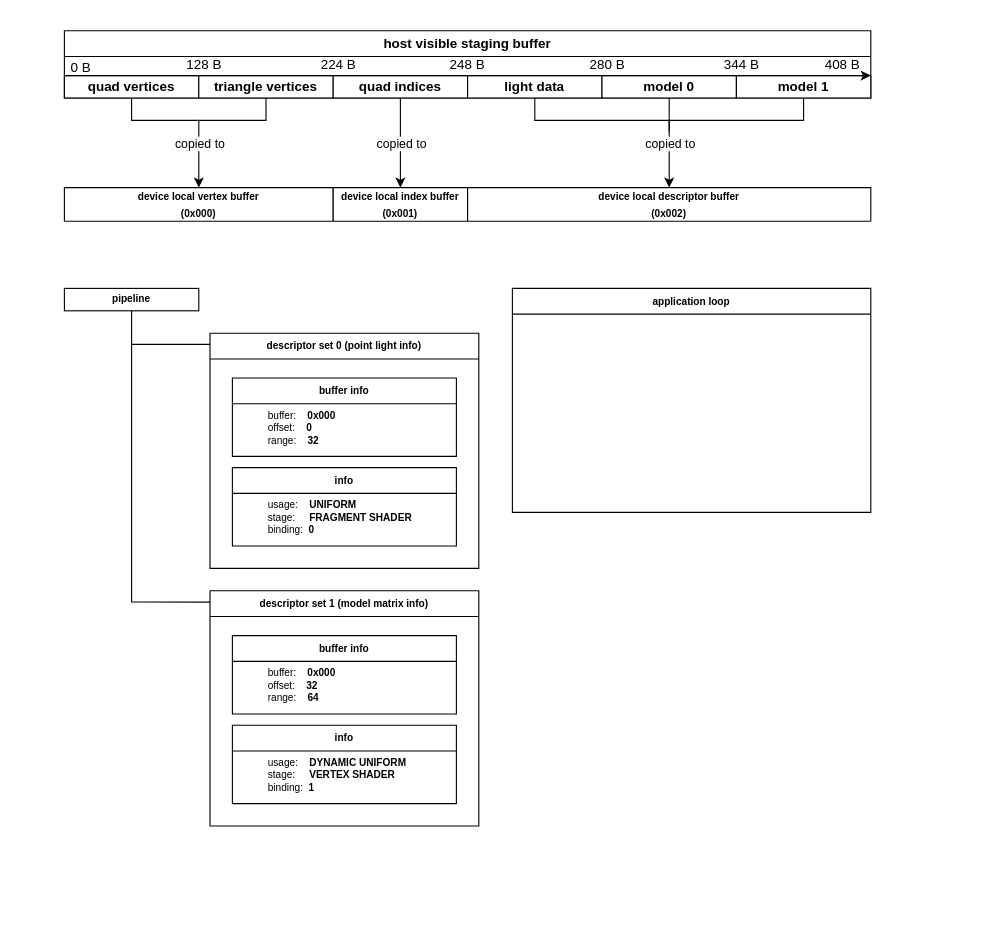
MrSinho/shvulkan keeps this draw.io diagram as examples/diagrams/shvulkan graphics.drawio. Above is the earlier version. Source tidied: cells renumbered, new cells numbered last; positions are measured from the earlier drawing's top-left corner, leaving out a move shared by most shapes. Both pictures are drawn from the tidied source at 112%, with x=0, y=0 at pixel (64, 30).
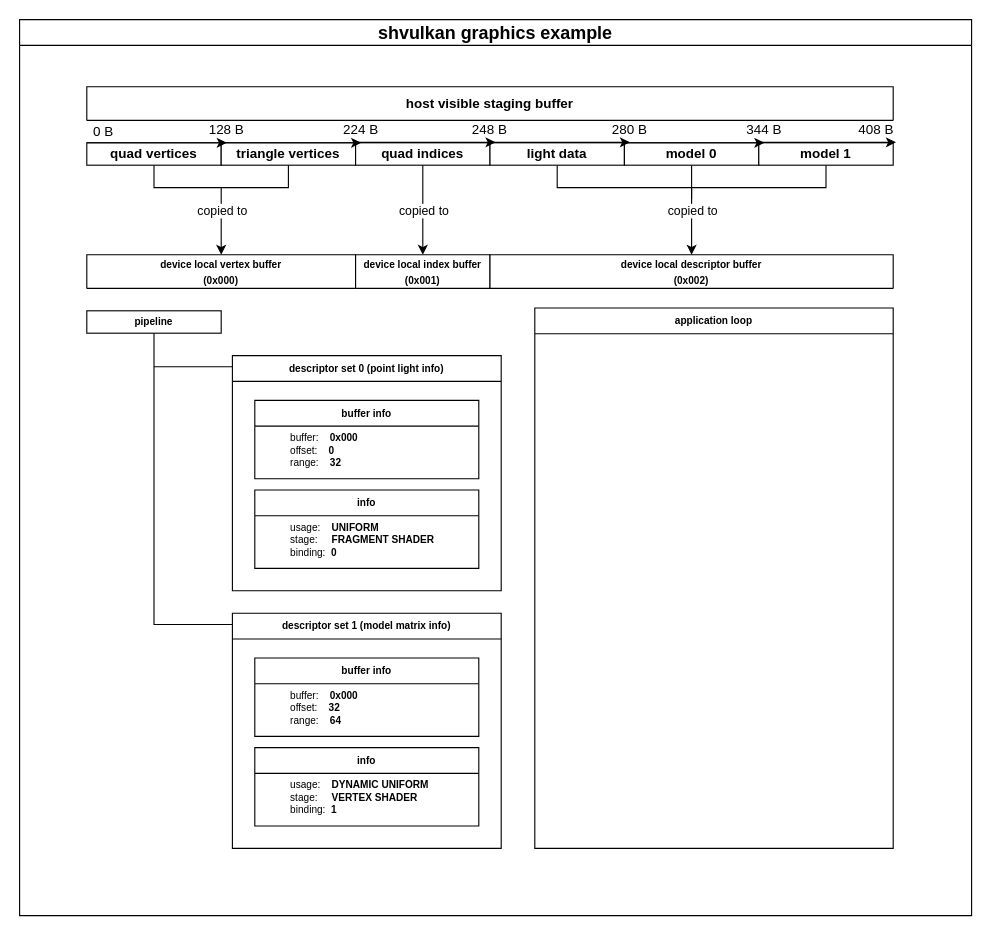
The same page after the edit.

Change to the diagram source:
```diff
@@
-    <mxCell id="2" value="host visible staging buffer" style="swimlane;whiteSpace=wrap;html=1;" parent="1" vertex="1">
-      <mxGeometry width="720" height="60" as="geometry" />
-    </mxCell>
-    <mxCell id="3" value="&lt;b&gt;quad vertices&lt;/b&gt;" style="rounded=0;whiteSpace=wrap;html=1;labelBackgroundColor=none;" parent="2" vertex="1">
-      <mxGeometry y="40" width="120" height="20" as="geometry" />
-    </mxCell>
-    <mxCell id="4" value="&lt;b&gt;triangle vertices&lt;/b&gt;" style="rounded=0;whiteSpace=wrap;html=1;labelBackgroundColor=none;" parent="2" vertex="1">
-      <mxGeometry x="120" y="40" width="120" height="20" as="geometry" />
-    </mxCell>
-    <mxCell id="5" value="&lt;b&gt;quad indices&lt;/b&gt;" style="rounded=0;whiteSpace=wrap;html=1;labelBackgroundColor=none;" parent="2" vertex="1">
-      <mxGeometry x="240" y="40" width="120" height="20" as="geometry" />
-    </mxCell>
-    <mxCell id="6" value="&lt;b&gt;light data&lt;/b&gt;" style="rounded=0;whiteSpace=wrap;html=1;labelBackgroundColor=none;" parent="2" vertex="1">
-      <mxGeometry x="360" y="40" width="120" height="20" as="geometry" />
-    </mxCell>
-    <mxCell id="7" value="&lt;b&gt;model 0&lt;/b&gt;" style="rounded=0;whiteSpace=wrap;html=1;labelBackgroundColor=none;" parent="2" vertex="1">
-      <mxGeometry x="480" y="40" width="120" height="20" as="geometry" />
-    </mxCell>
-    <mxCell id="8" value="&lt;b&gt;model 1&lt;/b&gt;" style="rounded=0;whiteSpace=wrap;html=1;labelBackgroundColor=none;" parent="2" vertex="1">
-      <mxGeometry x="600" y="40" width="120" height="20" as="geometry" />
-    </mxCell>
-    <mxCell id="9" style="endArrow=classic;html=1;rounded=0;jumpSize=6;entryX=1;entryY=0;entryDx=0;entryDy=0;exitX=0;exitY=0;exitDx=0;exitDy=0;shadow=0;" parent="2" edge="1" source="3" target="8">
-      <mxGeometry relative="1" as="geometry" />
-    </mxCell>
-    <mxCell id="10" value="0 B" style="text;html=1;strokeColor=none;fillColor=none;align=center;verticalAlign=middle;whiteSpace=wrap;rounded=0;" parent="2" vertex="1">
-      <mxGeometry y="25" width="30" height="15" as="geometry" />
-    </mxCell>
-    <mxCell id="11" value="128 B" style="text;html=1;strokeColor=none;fillColor=none;align=center;verticalAlign=middle;whiteSpace=wrap;rounded=0;" parent="2" vertex="1">
-      <mxGeometry x="100" y="22.5" width="50" height="17.5" as="geometry" />
-    </mxCell>
-    <mxCell id="12" value="224 B" style="text;html=1;strokeColor=none;fillColor=none;align=center;verticalAlign=middle;whiteSpace=wrap;rounded=0;" parent="2" vertex="1">
-      <mxGeometry x="220" y="22.5" width="50" height="17.5" as="geometry" />
-    </mxCell>
-    <mxCell id="13" value="280 B" style="text;html=1;strokeColor=none;fillColor=none;align=center;verticalAlign=middle;whiteSpace=wrap;rounded=0;" parent="2" vertex="1">
-      <mxGeometry x="460" y="22.5" width="50" height="17.5" as="geometry" />
-    </mxCell>
-    <mxCell id="14" value="344 B" style="text;html=1;strokeColor=none;fillColor=none;align=center;verticalAlign=middle;whiteSpace=wrap;rounded=0;" parent="2" vertex="1">
-      <mxGeometry x="580" y="22.5" width="50" height="17.5" as="geometry" />
-    </mxCell>
-    <mxCell id="15" value="408 B" style="text;html=1;strokeColor=none;fillColor=none;align=center;verticalAlign=middle;whiteSpace=wrap;rounded=0;" parent="2" vertex="1">
-      <mxGeometry x="670" y="22.5" width="50" height="17.5" as="geometry" />
-    </mxCell>
-    <mxCell id="16" value="248 B" style="text;html=1;strokeColor=none;fillColor=none;align=center;verticalAlign=middle;whiteSpace=wrap;rounded=0;" parent="2" vertex="1">
-      <mxGeometry x="335" y="22.5" width="50" height="17.5" as="geometry" />
-    </mxCell>
+    <mxCell id="44" value="&lt;font style=&quot;font-size: 16px;&quot;&gt;shvulkan graphics example&lt;/font&gt;" style="swimlane;whiteSpace=wrap;html=1;fontSize=12;" parent="1" vertex="1">
+      <mxGeometry x="-40" y="-10" width="850" height="800" as="geometry" />
+    </mxCell>
-    <mxCell id="17" style="endArrow=classic;html=1;rounded=0;exitX=0.5;exitY=1;exitDx=0;exitDy=0;" parent="1" edge="1" source="3">
+    <mxCell id="17" style="endArrow=classic;html=1;rounded=0;exitX=0.5;exitY=1;exitDx=0;exitDy=0;" parent="44" edge="1">
       <mxGeometry relative="1" as="geometry">
-        <mxPoint x="120" y="140" as="targetPoint" />
+        <mxPoint x="120" y="130" as="sourcePoint" />
+        <mxPoint x="180" y="210" as="targetPoint" />
         <Array as="points">
-          <mxPoint x="60" y="80" />
-          <mxPoint x="120" y="80" />
+          <mxPoint x="120" y="150" />
+          <mxPoint x="180" y="150" />
         </Array>
       </mxGeometry>
     </mxCell>
@@
-    <mxCell id="19" style="endArrow=none;html=1;rounded=0;entryX=0.5;entryY=1;entryDx=0;entryDy=0;" parent="1" edge="1" target="4">
+    <mxCell id="19" style="endArrow=none;html=1;rounded=0;entryX=0.5;entryY=1;entryDx=0;entryDy=0;" parent="44" edge="1">
       <mxGeometry relative="1" as="geometry">
-        <mxPoint x="120" y="80" as="sourcePoint" />
+        <mxPoint x="180" y="150" as="sourcePoint" />
+        <mxPoint x="240" y="130" as="targetPoint" />
         <Array as="points">
-          <mxPoint x="180" y="80" />
+          <mxPoint x="240" y="150" />
         </Array>
       </mxGeometry>
     </mxCell>
-    <mxCell id="20" value="&lt;font style=&quot;font-size: 9px;&quot;&gt;device local vertex buffer &lt;br&gt;(0x000)&lt;/font&gt;" style="swimlane;whiteSpace=wrap;html=1;startSize=30;" parent="1" vertex="1">
-      <mxGeometry y="140" width="240" height="30" as="geometry" />
+    <mxCell id="20" value="&lt;font style=&quot;font-size: 9px;&quot;&gt;device local vertex buffer &lt;br&gt;(0x000)&lt;/font&gt;" style="swimlane;whiteSpace=wrap;html=1;startSize=30;" parent="44" vertex="1">
+      <mxGeometry x="60" y="210" width="240" height="30" as="geometry" />
     </mxCell>
-    <mxCell id="21" style="endArrow=classic;html=1;rounded=0;exitX=0.5;exitY=1;exitDx=0;exitDy=0;entryX=0.5;entryY=0;entryDx=0;entryDy=0;" parent="1" edge="1" source="5" target="23">
+    <mxCell id="21" style="endArrow=classic;html=1;rounded=0;exitX=0.5;exitY=1;exitDx=0;exitDy=0;entryX=0.5;entryY=0;entryDx=0;entryDy=0;" parent="44" edge="1" target="23">
       <mxGeometry relative="1" as="geometry">
+        <mxPoint x="360" y="130" as="sourcePoint" />
         <Array as="points">
-          <mxPoint x="300" y="100" />
+          <mxPoint x="360" y="170" />
         </Array>
       </mxGeometry>
     </mxCell>
@@
-    <mxCell id="23" value="&lt;font style=&quot;font-size: 9px;&quot;&gt;device local index buffer (0x001)&lt;/font&gt;" style="swimlane;whiteSpace=wrap;html=1;startSize=30;" parent="1" vertex="1">
-      <mxGeometry x="240" y="140" width="120" height="30" as="geometry" />
+    <mxCell id="23" value="&lt;font style=&quot;font-size: 9px;&quot;&gt;device local index buffer (0x001)&lt;/font&gt;" style="swimlane;whiteSpace=wrap;html=1;startSize=30;" parent="44" vertex="1">
+      <mxGeometry x="300" y="210" width="120" height="30" as="geometry" />
     </mxCell>
-    <mxCell id="24" style="edgeStyle=none;rounded=0;jumpSize=6;jettySize=auto;html=1;shadow=0;sourcePerimeterSpacing=100;" parent="1" edge="1" source="25" target="13">
-      <mxGeometry relative="1" as="geometry" />
-    </mxCell>
-    <mxCell id="25" value="&lt;font style=&quot;font-size: 9px;&quot;&gt;device local descriptor buffer&lt;br&gt;(0x002)&lt;br&gt;&lt;/font&gt;" style="swimlane;whiteSpace=wrap;html=1;startSize=30;" parent="1" vertex="1">
-      <mxGeometry x="360" y="140" width="360" height="30" as="geometry" />
+    <mxCell id="25" value="&lt;font style=&quot;font-size: 9px;&quot;&gt;device local descriptor buffer&lt;br&gt;(0x002)&lt;br&gt;&lt;/font&gt;" style="swimlane;whiteSpace=wrap;html=1;startSize=30;" parent="44" vertex="1">
+      <mxGeometry x="420" y="210" width="360" height="30" as="geometry" />
     </mxCell>
-    <mxCell id="26" style="endArrow=classic;html=1;rounded=0;exitX=0.5;exitY=1;exitDx=0;exitDy=0;" parent="1" edge="1" source="6">
+    <mxCell id="26" style="endArrow=classic;html=1;rounded=0;exitX=0.5;exitY=1;exitDx=0;exitDy=0;" parent="44" edge="1">
       <mxGeometry relative="1" as="geometry">
-        <mxPoint x="540" y="140" as="targetPoint" />
+        <mxPoint x="480" y="130" as="sourcePoint" />
+        <mxPoint x="600" y="210" as="targetPoint" />
         <Array as="points">
-          <mxPoint x="420" y="80" />
-          <mxPoint x="540" y="80" />
+          <mxPoint x="480" y="150" />
+          <mxPoint x="600" y="150" />
         </Array>
       </mxGeometry>
     </mxCell>
@@
-    <mxCell id="28" style="endArrow=none;html=1;rounded=0;entryX=0.5;entryY=1;entryDx=0;entryDy=0;" parent="1" edge="1" target="8">
+    <mxCell id="28" style="endArrow=none;html=1;rounded=0;entryX=0.5;entryY=1;entryDx=0;entryDy=0;" parent="44" edge="1">
       <mxGeometry x="0.5" y="-370" relative="1" as="geometry">
-        <mxPoint x="540" y="80" as="sourcePoint" />
+        <mxPoint x="600" y="150" as="sourcePoint" />
+        <mxPoint x="720" y="130" as="targetPoint" />
         <Array as="points">
-          <mxPoint x="660" y="80" />
+          <mxPoint x="720" y="150" />
         </Array>
       </mxGeometry>
     </mxCell>
-    <mxCell id="29" style="endArrow=none;html=1;rounded=0;shadow=0;jumpSize=6;" parent="1" edge="1">
+    <mxCell id="29" style="endArrow=none;html=1;rounded=0;shadow=0;jumpSize=6;" parent="44" edge="1">
       <mxGeometry relative="1" as="geometry">
-        <mxPoint x="540" y="90" as="sourcePoint" />
-        <mxPoint x="540" y="60" as="targetPoint" />
+        <mxPoint x="600" y="160" as="sourcePoint" />
+        <mxPoint x="600" y="130" as="targetPoint" />
       </mxGeometry>
     </mxCell>
-    <mxCell id="30" value="&lt;b&gt;pipeline&lt;/b&gt;" style="whiteSpace=wrap;html=1;align=center;verticalAlign=middle;newEdgeStyle={&quot;edgeStyle&quot;:&quot;elbowEdgeStyle&quot;,&quot;startArrow&quot;:&quot;none&quot;,&quot;endArrow&quot;:&quot;none&quot;};fontSize=9;" parent="1" vertex="1" collapsed="1">
-      <mxGeometry y="230" width="120" height="20" as="geometry" />
+    <mxCell id="30" value="&lt;b&gt;pipeline&lt;/b&gt;" style="whiteSpace=wrap;html=1;align=center;verticalAlign=middle;newEdgeStyle={&quot;edgeStyle&quot;:&quot;elbowEdgeStyle&quot;,&quot;startArrow&quot;:&quot;none&quot;,&quot;endArrow&quot;:&quot;none&quot;};fontSize=9;" parent="44" vertex="1" collapsed="1">
+      <mxGeometry x="60" y="260" width="120" height="20" as="geometry" />
     </mxCell>
-    <mxCell id="31" style="endArrow=none;html=1;rounded=0;shadow=0;fontSize=9;sourcePerimeterSpacing=100;jumpSize=6;" parent="1" edge="1">
+    <mxCell id="31" style="endArrow=none;html=1;rounded=0;shadow=0;fontSize=9;sourcePerimeterSpacing=100;jumpSize=6;" parent="44" edge="1">
       <mxGeometry relative="1" as="geometry">
-        <mxPoint x="60" y="280" as="sourcePoint" />
-        <mxPoint x="130" y="280" as="targetPoint" />
+        <mxPoint x="120" y="310" as="sourcePoint" />
+        <mxPoint x="190" y="310" as="targetPoint" />
       </mxGeometry>
     </mxCell>
-    <mxCell id="32" value="application loop" style="swimlane;whiteSpace=wrap;html=1;fontSize=9;" parent="1" vertex="1">
-      <mxGeometry x="400" y="230" width="320" height="200" as="geometry" />
+    <mxCell id="32" value="application loop" style="swimlane;whiteSpace=wrap;html=1;fontSize=9;" parent="44" vertex="1">
+      <mxGeometry x="460" y="257.5" width="320" height="482.5" as="geometry" />
     </mxCell>
-    <mxCell id="33" value="descriptor set 0 (point light info)" style="swimlane;whiteSpace=wrap;html=1;fontSize=9;" parent="1" vertex="1">
-      <mxGeometry x="130" y="270" width="240" height="210" as="geometry" />
+    <mxCell id="33" value="descriptor set 0 (point light info)" style="swimlane;whiteSpace=wrap;html=1;fontSize=9;" parent="44" vertex="1">
+      <mxGeometry x="190" y="300" width="240" height="210" as="geometry" />
     </mxCell>
@@
-    <mxCell id="38" value="descriptor set 1 (model matrix info)" style="swimlane;whiteSpace=wrap;html=1;fontSize=9;" parent="1" vertex="1">
-      <mxGeometry x="130" y="500" width="240" height="210" as="geometry" />
+    <mxCell id="38" value="descriptor set 1 (model matrix info)" style="swimlane;whiteSpace=wrap;html=1;fontSize=9;" parent="44" vertex="1">
+      <mxGeometry x="190" y="530" width="240" height="210" as="geometry" />
     </mxCell>
@@
-    <mxCell id="43" style="endArrow=none;html=1;rounded=0;shadow=0;fontSize=9;sourcePerimeterSpacing=100;jumpSize=6;entryX=0;entryY=0.048;entryDx=0;entryDy=0;entryPerimeter=0;exitX=0.5;exitY=1;exitDx=0;exitDy=0;" parent="1" edge="1" source="30" target="38">
+    <mxCell id="43" style="endArrow=none;html=1;rounded=0;shadow=0;fontSize=9;sourcePerimeterSpacing=100;jumpSize=6;entryX=0;entryY=0.048;entryDx=0;entryDy=0;entryPerimeter=0;exitX=0.5;exitY=1;exitDx=0;exitDy=0;" parent="44" edge="1" source="30" target="38">
       <mxGeometry relative="1" as="geometry">
         <Array as="points">
-          <mxPoint x="60" y="510" />
+          <mxPoint x="120" y="540" />
         </Array>
       </mxGeometry>
     </mxCell>
+    <mxCell id="3" value="&lt;b&gt;quad vertices&lt;/b&gt;" style="rounded=0;whiteSpace=wrap;html=1;labelBackgroundColor=none;" parent="44" vertex="1">
+      <mxGeometry x="60" y="110" width="120" height="20" as="geometry" />
+    </mxCell>
+    <mxCell id="4" value="&lt;b&gt;triangle vertices&lt;/b&gt;" style="rounded=0;whiteSpace=wrap;html=1;labelBackgroundColor=none;" parent="44" vertex="1">
+      <mxGeometry x="180" y="110" width="120" height="20" as="geometry" />
+    </mxCell>
+    <mxCell id="5" value="&lt;b&gt;quad indices&lt;/b&gt;" style="rounded=0;whiteSpace=wrap;html=1;labelBackgroundColor=none;" parent="44" vertex="1">
+      <mxGeometry x="300" y="110" width="120" height="20" as="geometry" />
+    </mxCell>
+    <mxCell id="6" value="&lt;b&gt;light data&lt;/b&gt;" style="rounded=0;whiteSpace=wrap;html=1;labelBackgroundColor=none;" parent="44" vertex="1">
+      <mxGeometry x="420" y="110" width="120" height="20" as="geometry" />
+    </mxCell>
+    <mxCell id="7" value="&lt;b&gt;model 0&lt;/b&gt;" style="rounded=0;whiteSpace=wrap;html=1;labelBackgroundColor=none;" parent="44" vertex="1">
+      <mxGeometry x="540" y="110" width="120" height="20" as="geometry" />
+    </mxCell>
+    <mxCell id="8" value="&lt;b&gt;model 1&lt;/b&gt;" style="rounded=0;whiteSpace=wrap;html=1;labelBackgroundColor=none;" parent="44" vertex="1">
+      <mxGeometry x="660" y="110" width="120" height="20" as="geometry" />
+    </mxCell>
+    <mxCell id="45" style="endArrow=classic;html=1;rounded=0;jumpSize=6;exitX=0;exitY=0;exitDx=0;exitDy=0;shadow=0;entryX=0.5;entryY=1;entryDx=0;entryDy=0;" parent="44" edge="1" source="3">
+      <mxGeometry relative="1" as="geometry">
+        <mxPoint x="185" y="110" as="targetPoint" />
+      </mxGeometry>
+    </mxCell>
+    <mxCell id="10" value="0 B" style="text;html=1;strokeColor=none;fillColor=none;align=center;verticalAlign=middle;whiteSpace=wrap;rounded=0;" parent="44" vertex="1">
+      <mxGeometry x="60" y="92.5" width="30" height="15" as="geometry" />
+    </mxCell>
+    <mxCell id="11" value="128 B" style="text;html=1;strokeColor=none;fillColor=none;align=center;verticalAlign=middle;whiteSpace=wrap;rounded=0;" parent="44" vertex="1">
+      <mxGeometry x="160" y="90" width="50" height="17.5" as="geometry" />
+    </mxCell>
+    <mxCell id="12" value="224 B" style="text;html=1;strokeColor=none;fillColor=none;align=center;verticalAlign=middle;whiteSpace=wrap;rounded=0;" parent="44" vertex="1">
+      <mxGeometry x="280" y="90" width="50" height="17.5" as="geometry" />
+    </mxCell>
+    <mxCell id="13" value="280 B" style="text;html=1;strokeColor=none;fillColor=none;align=center;verticalAlign=middle;whiteSpace=wrap;rounded=0;" parent="44" vertex="1">
+      <mxGeometry x="520" y="90" width="50" height="17.5" as="geometry" />
+    </mxCell>
+    <mxCell id="14" value="344 B" style="text;html=1;strokeColor=none;fillColor=none;align=center;verticalAlign=middle;whiteSpace=wrap;rounded=0;" parent="44" vertex="1">
+      <mxGeometry x="640" y="90" width="50" height="17.5" as="geometry" />
+    </mxCell>
+    <mxCell id="15" value="408 B" style="text;html=1;strokeColor=none;fillColor=none;align=center;verticalAlign=middle;whiteSpace=wrap;rounded=0;" parent="44" vertex="1">
+      <mxGeometry x="740" y="90" width="50" height="17.5" as="geometry" />
+    </mxCell>
+    <mxCell id="16" value="248 B" style="text;html=1;strokeColor=none;fillColor=none;align=center;verticalAlign=middle;whiteSpace=wrap;rounded=0;" parent="44" vertex="1">
+      <mxGeometry x="395" y="90" width="50" height="17.5" as="geometry" />
+    </mxCell>
+    <mxCell id="46" style="edgeStyle=none;rounded=0;jumpSize=6;orthogonalLoop=1;jettySize=auto;html=1;shadow=0;sourcePerimeterSpacing=100;" parent="44" edge="1">
+      <mxGeometry relative="1" as="geometry">
+        <mxPoint x="548.9" y="110" as="sourcePoint" />
+        <mxPoint x="548.9" y="110" as="targetPoint" />
+      </mxGeometry>
+    </mxCell>
+    <mxCell id="2" value="&lt;font style=&quot;font-size: 12px;&quot;&gt;host visible staging buffer&lt;/font&gt;" style="swimlane;whiteSpace=wrap;html=1;startSize=30;" parent="44" vertex="1">
+      <mxGeometry x="60" y="60" width="720" height="30" as="geometry" />
+    </mxCell>
+    <mxCell id="47" style="endArrow=classic;html=1;rounded=0;shadow=0;fontSize=12;sourcePerimeterSpacing=100;jumpSize=6;exitX=0;exitY=0;exitDx=0;exitDy=0;entryX=0.5;entryY=1;entryDx=0;entryDy=0;" parent="44" edge="1" source="4">
+      <mxGeometry relative="1" as="geometry">
+        <mxPoint x="305" y="110" as="targetPoint" />
+      </mxGeometry>
+    </mxCell>
+    <mxCell id="48" style="endArrow=classic;html=1;rounded=0;shadow=0;fontSize=12;sourcePerimeterSpacing=100;jumpSize=6;exitX=0;exitY=0;exitDx=0;exitDy=0;entryX=0.5;entryY=1;entryDx=0;entryDy=0;" parent="44" edge="1">
+      <mxGeometry relative="1" as="geometry">
+        <mxPoint x="300" y="109.6" as="sourcePoint" />
+        <mxPoint x="425" y="109.6" as="targetPoint" />
+      </mxGeometry>
+    </mxCell>
+    <mxCell id="49" style="endArrow=classic;html=1;rounded=0;shadow=0;fontSize=12;sourcePerimeterSpacing=100;jumpSize=6;exitX=0;exitY=0;exitDx=0;exitDy=0;entryX=0.5;entryY=1;entryDx=0;entryDy=0;" parent="44" edge="1">
+      <mxGeometry relative="1" as="geometry">
+        <mxPoint x="420" y="109.6" as="sourcePoint" />
+        <mxPoint x="545" y="109.6" as="targetPoint" />
+      </mxGeometry>
+    </mxCell>
+    <mxCell id="50" style="endArrow=classic;html=1;rounded=0;shadow=0;fontSize=12;sourcePerimeterSpacing=100;jumpSize=6;exitX=0;exitY=0;exitDx=0;exitDy=0;entryX=0.5;entryY=1;entryDx=0;entryDy=0;" parent="44" edge="1">
+      <mxGeometry relative="1" as="geometry">
+        <mxPoint x="540" y="110" as="sourcePoint" />
+        <mxPoint x="665" y="110" as="targetPoint" />
+      </mxGeometry>
+    </mxCell>
+    <mxCell id="51" style="endArrow=classic;html=1;rounded=0;shadow=0;fontSize=12;sourcePerimeterSpacing=100;jumpSize=6;exitX=0;exitY=0;exitDx=0;exitDy=0;entryX=0.5;entryY=1;entryDx=0;entryDy=0;" parent="44" edge="1">
+      <mxGeometry relative="1" as="geometry">
+        <mxPoint x="657.5" y="109.6" as="sourcePoint" />
+        <mxPoint x="782.5" y="109.6" as="targetPoint" />
+      </mxGeometry>
+    </mxCell>
```
